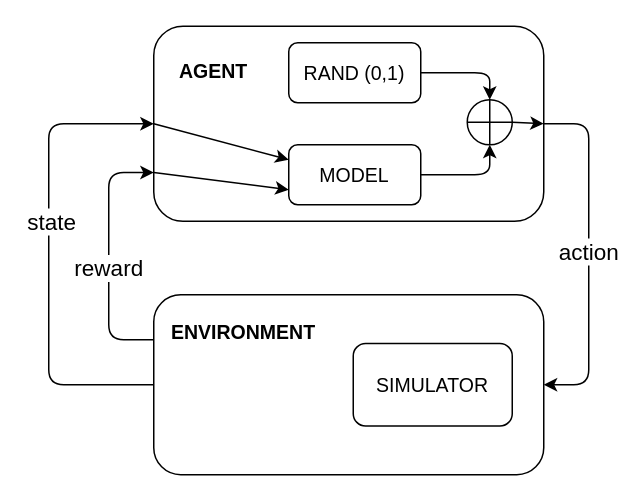
This is diagrams/environment.drawio from vibalcam/text-games, a draw.io file, before an edit. Source tidied: cells renumbered, new cells numbered last; positions are measured from the earlier drawing's top-left corner, leaving out a move shared by most shapes. Both pictures are drawn from the tidied source at 150%, with x=0, y=0 at pixel (48, 26).
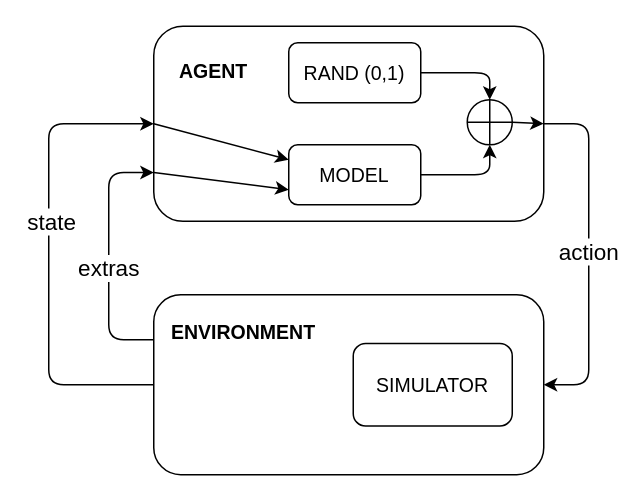
The same page after the edit.

The change refers to these unchanged cells:
```xml
<mxCell id="8" style="edgeStyle=orthogonalEdgeStyle;html=1;exitX=0;exitY=0.25;exitDx=0;exitDy=0;entryX=0;entryY=0.75;entryDx=0;entryDy=0;fontSize=13;" parent="1" edge="1" source="12" target="2">
  <mxGeometry relative="1" as="geometry">
    <Array as="points">
      <mxPoint x="40" y="209" />
      <mxPoint x="40" y="98" />
    </Array>
  </mxGeometry>
</mxCell>
```

Change to the diagram source:
```diff
@@
-    <mxCell id="9" value="reward" style="edgeLabel;html=1;align=center;verticalAlign=middle;fontSize=15;rounded=1;" parent="8" vertex="1">
+    <mxCell id="9" value="extras" style="edgeLabel;html=1;align=center;verticalAlign=middle;fontSize=15;rounded=1;" parent="8" vertex="1">
       <mxGeometry x="0.12" y="1" relative="1" as="geometry">
         <mxPoint y="17" as="offset" />
       </mxGeometry>
     </mxCell>
```
